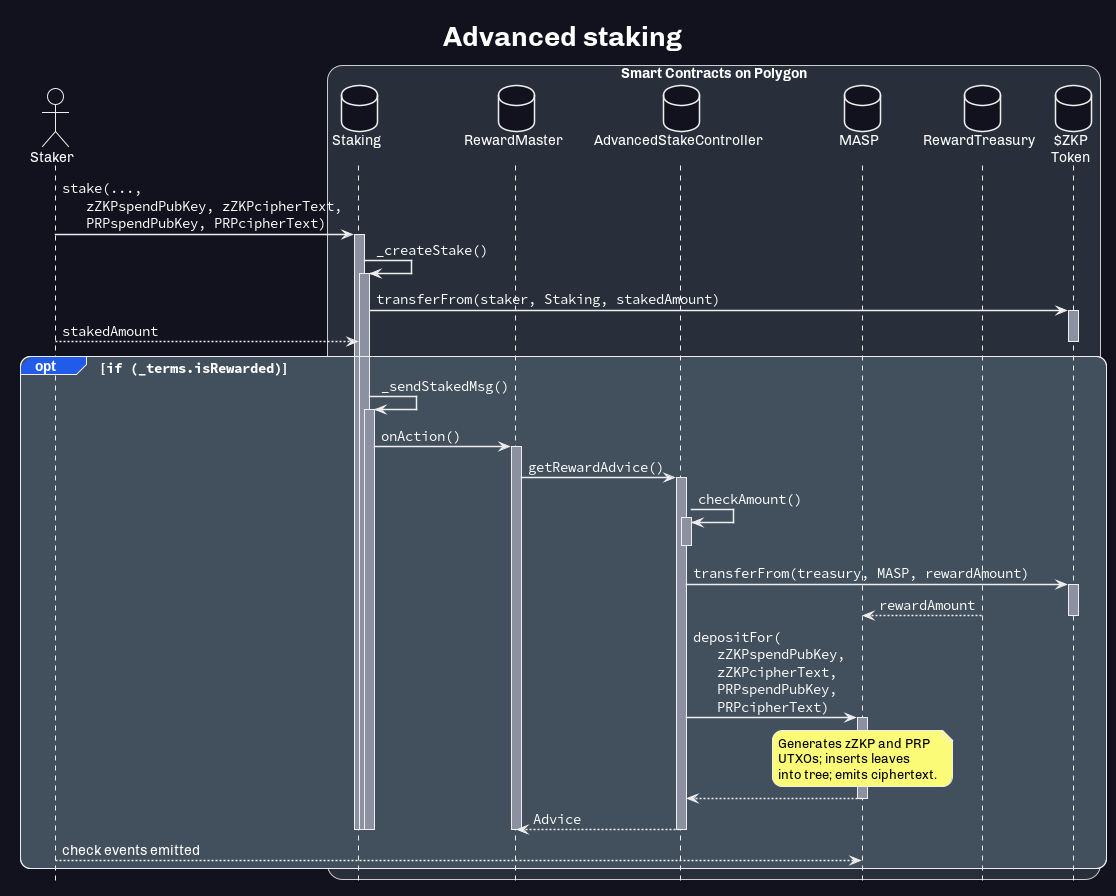
Before: docs/advanced-staking.png, a diagram exported from PlantUML (pantherprotocol/panther-core). Source of this version:
```plantuml
@startuml

title **Advanced staking**


<style>
</style>

hide footbox
actor "Staker" as staker

box "Smart Contracts on Polygon"
  database "Staking\n" as Staking
  database "RewardMaster\n" as rMaster
  database "AdvancedStakeController\n" as aSCtrl
  database "MASP\n" as MASP
  database "RewardTreasury\n" as rTreasury
  database "$ZKP\nToken" as PZKP
end box

staker -> Staking ++ : ""stake(...,""\n\t""zZKPspendPubKey, zZKPcipherText,""\n\t""PRPspendPubKey, PRPcipherText)""
  Staking -> Staking ++ : ""_createStake()""
    Staking -> PZKP ++ : ""transferFrom(staker, Staking, stakedAmount)""
      staker --> Staking : ""stakedAmount""
    deactivate
    opt ""if (_terms.isRewarded)""
      Staking -> Staking ++ : ""_sendStakedMsg()""
        Staking -> rMaster ++ : ""onAction()""
          rMaster -> aSCtrl ++ : ""getRewardAdvice()""
            aSCtrl -> aSCtrl ++-- : ""checkAmount()""
            aSCtrl -> PZKP ++ : ""transferFrom(treasury, MASP, rewardAmount)""
              rTreasury --> MASP : ""rewardAmount""
            deactivate
            aSCtrl -> MASP ++ : ""depositFor(""\n\t""zZKPspendPubKey,""\n\t""zZKPcipherText,""\n\t""PRPspendPubKey,""\n\t""PRPcipherText)""
              note over MASP
                Generates zZKP and PRP
                UTXOs; inserts leaves
                into tree; emits ciphertext.
              end note
            return
          return ""Advice""
        deactivate
      deactivate
    deactivate
  deactivate
  staker --> MASP : check events emitted
end
@enduml
```
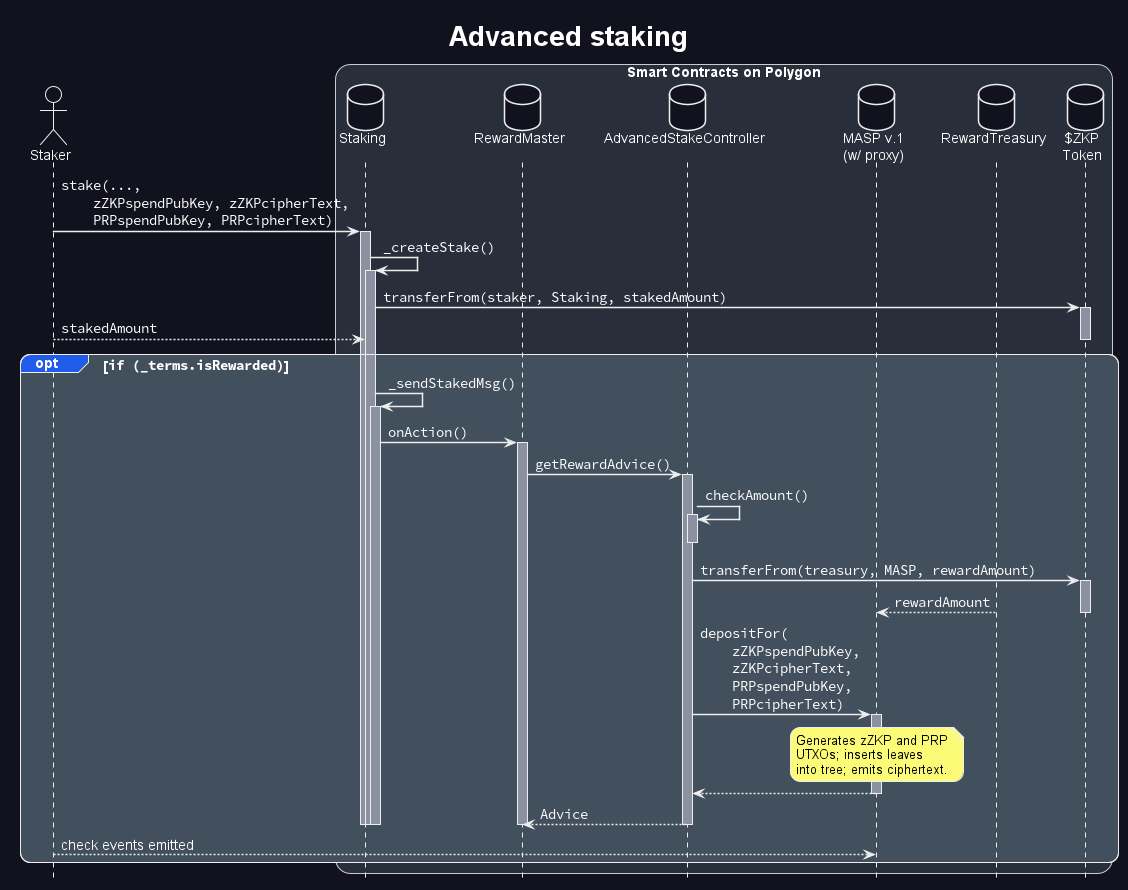
Later version of the same file.

Commit message:
more advanced staking diagram updates

Change to the diagram source:
```diff
@@ -10,29 +10,29 @@
 actor "Staker" as staker
 
 box "Smart Contracts on Polygon"
-  database "Staking\n" as Staking
+  database "Staking\n" as staking
   database "RewardMaster\n" as rMaster
   database "AdvancedStakeController\n" as aSCtrl
-  database "MASP\n" as MASP
+  database "MASP v.1\n(w/ proxy)" as pool
   database "RewardTreasury\n" as rTreasury
-  database "$ZKP\nToken" as PZKP
+  database "$ZKP\nToken" as zkp
 end box
 
-staker -> Staking ++ : ""stake(...,""\n\t""zZKPspendPubKey, zZKPcipherText,""\n\t""PRPspendPubKey, PRPcipherText)""
-  Staking -> Staking ++ : ""_createStake()""
-    Staking -> PZKP ++ : ""transferFrom(staker, Staking, stakedAmount)""
-      staker --> Staking : ""stakedAmount""
+staker -> staking ++ : ""stake(...,""\n\t""zZKPspendPubKey, zZKPcipherText,""\n\t""PRPspendPubKey, PRPcipherText)""
+  staking -> staking ++ : ""_createStake()""
+    staking -> zkp ++ : ""transferFrom(staker, Staking, stakedAmount)""
+      staker --> staking : ""stakedAmount""
     deactivate
     opt ""if (_terms.isRewarded)""
-      Staking -> Staking ++ : ""_sendStakedMsg()""
-        Staking -> rMaster ++ : ""onAction()""
+      staking -> staking ++ : ""_sendStakedMsg()""
+        staking -> rMaster ++ : ""onAction()""
           rMaster -> aSCtrl ++ : ""getRewardAdvice()""
             aSCtrl -> aSCtrl ++-- : ""checkAmount()""
-            aSCtrl -> PZKP ++ : ""transferFrom(treasury, MASP, rewardAmount)""
-              rTreasury --> MASP : ""rewardAmount""
+            aSCtrl -> zkp ++ : ""transferFrom(treasury, MASP, rewardAmount)""
+              rTreasury --> pool : ""rewardAmount""
             deactivate
-            aSCtrl -> MASP ++ : ""depositFor(""\n\t""zZKPspendPubKey,""\n\t""zZKPcipherText,""\n\t""PRPspendPubKey,""\n\t""PRPcipherText)""
-              note over MASP
+            aSCtrl -> pool ++ : ""depositFor(""\n\t""zZKPspendPubKey,""\n\t""zZKPcipherText,""\n\t""PRPspendPubKey,""\n\t""PRPcipherText)""
+              note over pool
                 Generates zZKP and PRP
                 UTXOs; inserts leaves
                 into tree; emits ciphertext.
@@ -43,6 +43,6 @@
       deactivate
     deactivate
   deactivate
-  staker --> MASP : check events emitted
+  staker --> pool : check events emitted
 end
 @enduml
```
